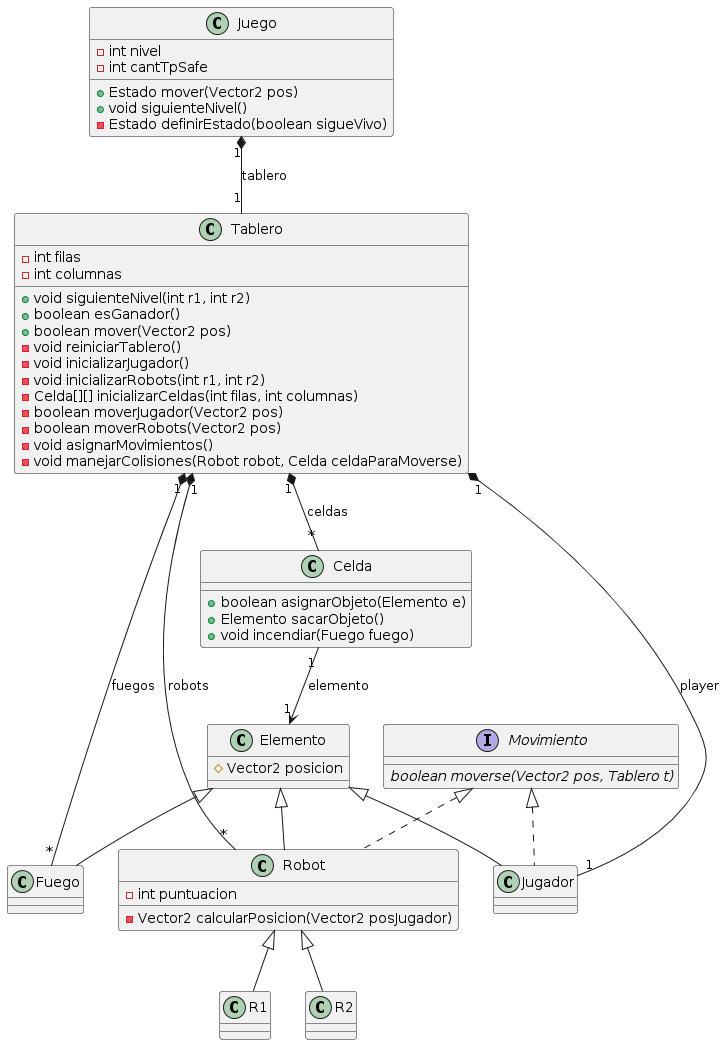
Earlier version of the PlantUML export doc/diagrama_clases.png (flopeztancredi/Paradigmas-TP1). Source of this version:
```plantuml
@startuml
class "Juego" as J {
 - int nivel
 - int cantTpSafe
 + Estado mover(Vector2 pos)
 + void siguienteNivel()
 - Estado definirEstado(boolean sigueVivo)
}

class "Tablero" as T {
 - int filas
 - int columnas
 + void siguienteNivel(int r1, int r2)
 + boolean esGanador()
 + boolean mover(Vector2 pos)
 - void reiniciarTablero()
 - void inicializarJugador()
 - void inicializarRobots(int r1, int r2)
 - Celda[][] inicializarCeldas(int filas, int columnas)
 - boolean moverJugador(Vector2 pos)
 - boolean moverRobots(Vector2 pos)
 - void asignarMovimientos()
 - void manejarColisiones(Robot robot, Celda celdaParaMoverse)
}

class "Elemento" as E {
 # Vector2 posicion
}

class "Robot" as R {
 - Vector2 calcularPosicion(Vector2 posJugador)
 - int puntuacion
}
class "Jugador" as P
class "R1" as R1
class "R2" as R2
class "Fuego" as F

class "Celda" as C {
 + boolean asignarObjeto(Elemento e)
 + Elemento sacarObjeto()
 + void incendiar(Fuego fuego)
}
interface "Movimiento" as M {
 {abstract} boolean moverse(Vector2 pos, Tablero t)
}

J "1" *-- "1" T: tablero
T "1" *-- "*" R: robots
T "1" *-- "*" F: fuegos
T "1" *-- "1" P: player
T "1" *-- "*" C: celdas
C "1" --> "1" E: elemento
E <|-- R
E <|-- P
E <|-- F
M <|.. R
M <|.. P
R <|-- R1
R <|-- R2
@enduml
```
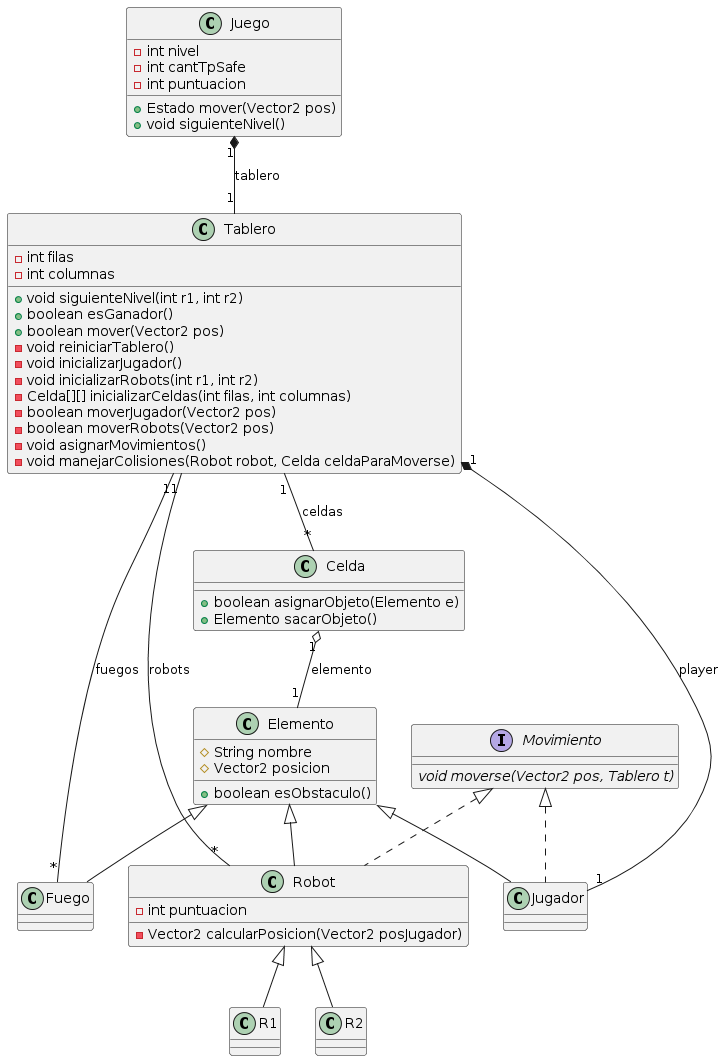
The same file after the commit.

Commit message:
Diagrama de clases actualizado

The edit, as a diff of the source:
```diff
@@ -2,9 +2,9 @@
 class "Juego" as J {
  - int nivel
  - int cantTpSafe
+ - int puntuacion
  + Estado mover(Vector2 pos)
  + void siguienteNivel()
- - Estado definirEstado(boolean sigueVivo)
 }
 
 class "Tablero" as T {
@@ -24,8 +24,11 @@
 }
 
 class "Elemento" as E {
+ # String nombre
  # Vector2 posicion
+ + boolean esObstaculo()
 }
+
 
 class "Robot" as R {
  - Vector2 calcularPosicion(Vector2 posJugador)
@@ -39,18 +42,17 @@
 class "Celda" as C {
  + boolean asignarObjeto(Elemento e)
  + Elemento sacarObjeto()
- + void incendiar(Fuego fuego)
 }
 interface "Movimiento" as M {
- {abstract} boolean moverse(Vector2 pos, Tablero t)
+ {abstract} void moverse(Vector2 pos, Tablero t)
 }
 
 J "1" *-- "1" T: tablero
-T "1" *-- "*" R: robots
-T "1" *-- "*" F: fuegos
+T "1" -- "*" R: robots
+T "1" -- "*" F: fuegos
 T "1" *-- "1" P: player
-T "1" *-- "*" C: celdas
-C "1" --> "1" E: elemento
+T "1" -- "*" C: celdas
+C "1" o-- "1" E: elemento
 E <|-- R
 E <|-- P
 E <|-- F
```
